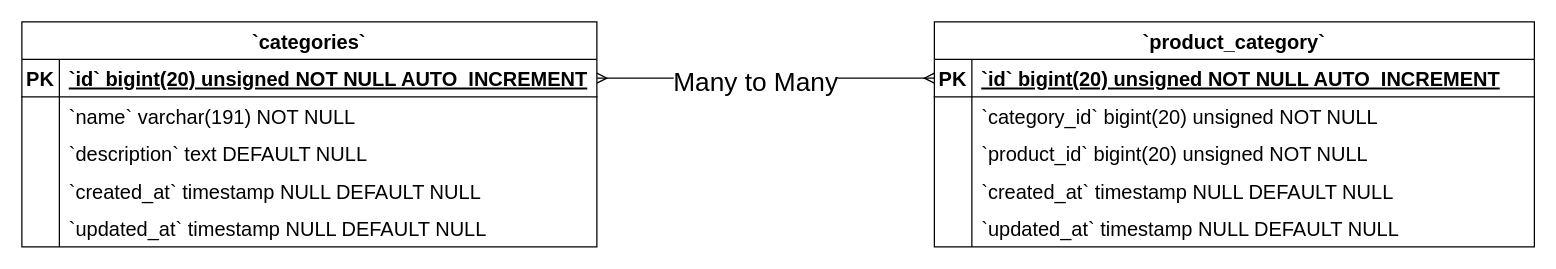
This is Categories ERD Diagram.drawio from Simasco/diagram, a draw.io file, before an edit. Source tidied: cells renumbered, new cells numbered last; positions are measured from the earlier drawing's top-left corner, leaving out a move shared by most shapes. Both pictures are drawn from the tidied source at 125%, with x=0, y=0 at pixel (21, 21).
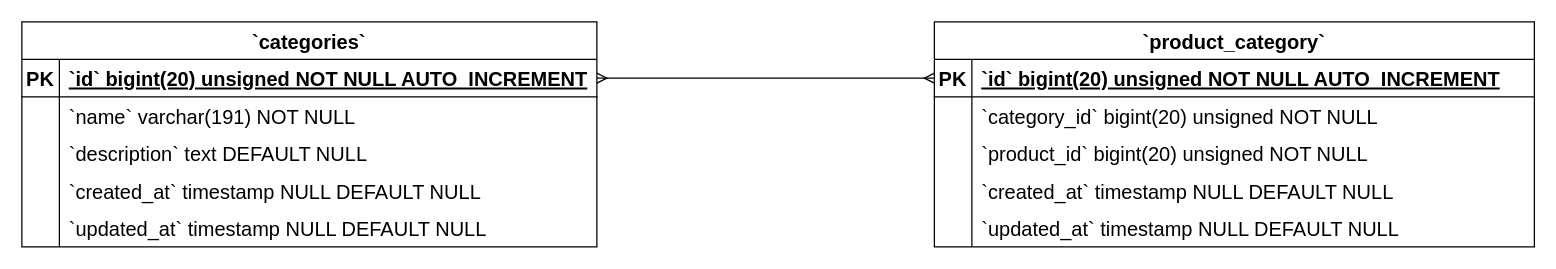
After the change.

Unchanged cells that the change refers to:
```xml
<mxCell id="34" style="edgeStyle=entityRelationEdgeStyle;fontSize=16;html=1;endArrow=ERmany;startArrow=ERmany;rounded=0;entryX=0;entryY=0.5;entryDx=0;entryDy=0;" parent="1" edge="1" source="3" target="19">
  <mxGeometry relative="1" as="geometry" />
</mxCell>
```

Change to the diagram source:
```diff
@@
-    <mxCell id="35" value="&lt;font style=&quot;font-size: 21px;&quot;&gt;Many to Many&lt;/font&gt;" style="edgeLabel;html=1;align=center;verticalAlign=middle;fontSize=21;" parent="34" vertex="1">
-      <mxGeometry x="-0.07" y="-2" relative="1" as="geometry" />
-    </mxCell>
```
